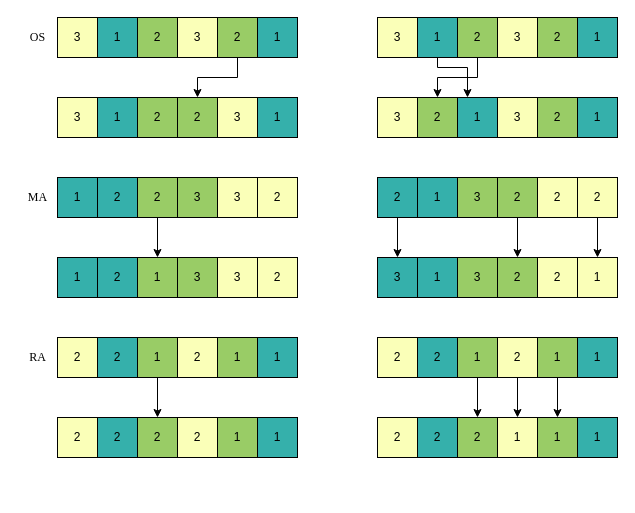
aslongaslihappy/algorithm keeps this draw.io diagram as mutation2.2.drawio. Above is the earlier version. Source tidied: cells renumbered, new cells numbered last; positions are measured from the earlier drawing's top-left corner, leaving out a move shared by most shapes. Both pictures are drawn from the tidied source at 100%, with x=0, y=0 at pixel (17, 17).
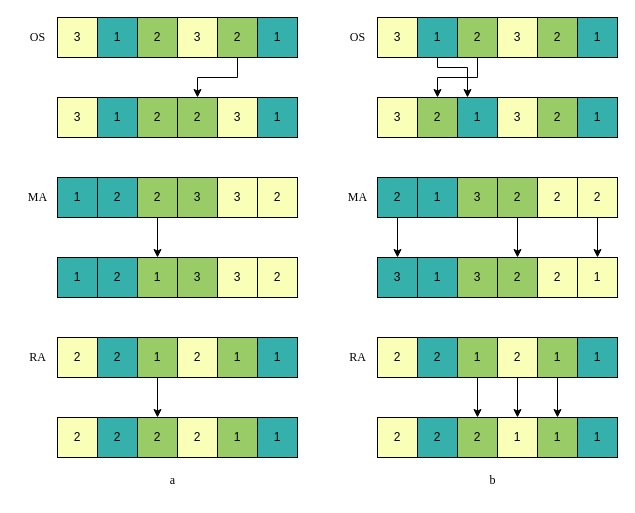
Above is the later version.

What changed in the source:
```diff
@@
+    <mxCell id="88" value="OS" style="text;html=1;align=center;verticalAlign=middle;strokeColor=none;fillColor=none;fontFamily=Times New Roman;" parent="1" vertex="1">
+      <mxGeometry x="320" y="5" width="40" height="30" as="geometry" />
+    </mxCell>
+    <mxCell id="89" value="MA" style="text;html=1;align=center;verticalAlign=middle;strokeColor=none;fillColor=none;fontFamily=Times New Roman;" parent="1" vertex="1">
+      <mxGeometry x="320" y="165" width="40" height="30" as="geometry" />
+    </mxCell>
+    <mxCell id="90" value="RA" style="text;html=1;align=center;verticalAlign=middle;strokeColor=none;fillColor=none;fontFamily=Times New Roman;" parent="1" vertex="1">
+      <mxGeometry x="320" y="325" width="40" height="30" as="geometry" />
+    </mxCell>
+    <mxCell id="91" value="a" style="text;html=1;align=center;verticalAlign=middle;strokeColor=none;fillColor=none;fontFamily=Times New Roman;" parent="1" vertex="1">
+      <mxGeometry x="140" y="448" width="30" height="30" as="geometry" />
+    </mxCell>
+    <mxCell id="92" value="b" style="text;html=1;align=center;verticalAlign=middle;strokeColor=none;fillColor=none;fontFamily=Times New Roman;" parent="1" vertex="1">
+      <mxGeometry x="460" y="448" width="30" height="30" as="geometry" />
+    </mxCell>
```
